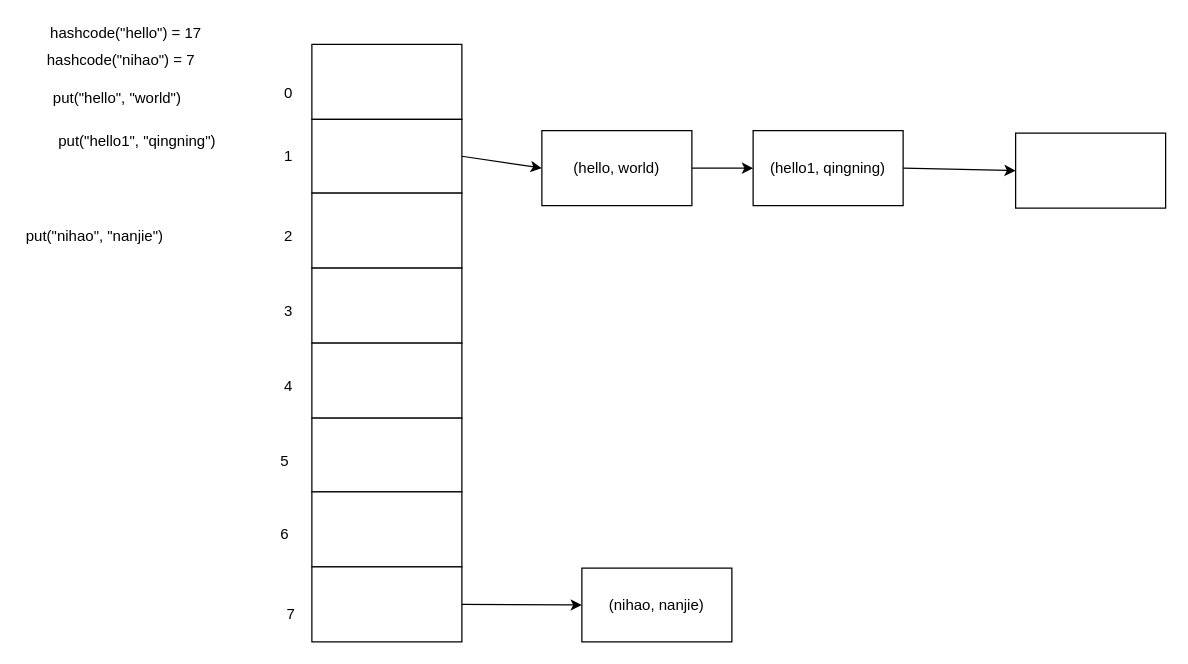
The draw.io diagram doc/哈希表.dio in RenJiyun/psyduck, before the edit. Source tidied: cells renumbered, new cells numbered last; positions are measured from the earlier drawing's top-left corner, leaving out a move shared by most shapes. Both pictures are drawn from the tidied source at 125%, with x=0, y=0 at pixel (21, 21).
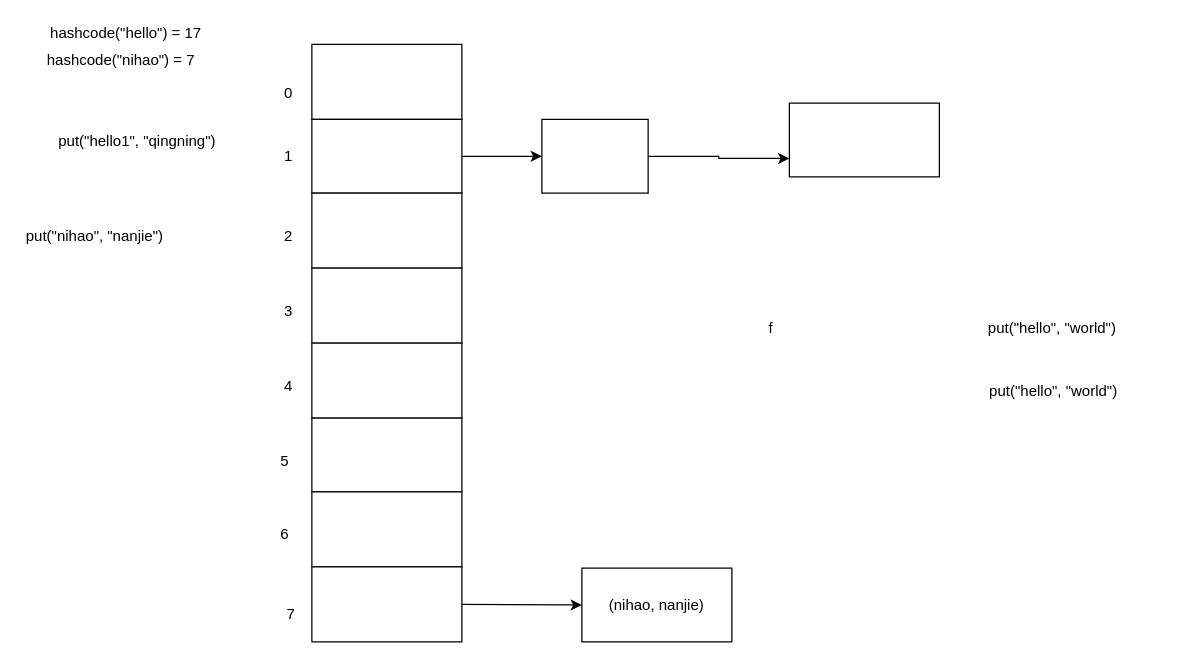
Above is the later version.

The change refers to these unchanged cells:
```xml
<mxCell id="4" style="rounded=0;whiteSpace=wrap;html=1;" parent="1" vertex="1">
  <mxGeometry x="232" y="78" width="120" height="59" as="geometry" />
</mxCell>
```

What changed in the source:
```diff
@@
-    <mxCell id="3" style="edgeStyle=none;rounded=0;jettySize=auto;html=1;exitX=1;exitY=0.5;exitDx=0;exitDy=0;entryX=0;entryY=0.5;entryDx=0;entryDy=0;" parent="1" edge="1" source="4" target="23">
-      <mxGeometry relative="1" as="geometry" />
-    </mxCell>
+    <mxCell id="31" style="edgeStyle=orthogonalEdgeStyle;rounded=0;jettySize=auto;html=1;exitX=1;exitY=0.5;exitDx=0;exitDy=0;entryX=0;entryY=0.5;entryDx=0;entryDy=0;" parent="1" edge="1" source="4" target="25">
+      <mxGeometry relative="1" as="geometry" />
+    </mxCell>
@@
     <mxCell id="20" value="put(&quot;hello&quot;, &quot;world&quot;)" style="text;html=1;align=center;verticalAlign=middle;" parent="1" vertex="1">
-      <mxGeometry x="20" y="52" width="111" height="17" as="geometry" />
+      <mxGeometry x="768" y="236" width="111" height="17" as="geometry" />
     </mxCell>
@@
-    <mxCell id="22" style="edgeStyle=none;rounded=0;jettySize=auto;html=1;exitX=1;exitY=0.5;exitDx=0;exitDy=0;entryX=0;entryY=0.5;entryDx=0;entryDy=0;" parent="1" edge="1" source="23" target="26">
-      <mxGeometry relative="1" as="geometry" />
-    </mxCell>
-    <mxCell id="23" value="(hello, world)" style="rounded=0;whiteSpace=wrap;html=1;" parent="1" vertex="1">
-      <mxGeometry x="416" y="87" width="120" height="60" as="geometry" />
-    </mxCell>
@@
-    <mxCell id="25" style="edgeStyle=none;rounded=0;jettySize=auto;html=1;exitX=1;exitY=0.5;exitDx=0;exitDy=0;entryX=0;entryY=0.5;entryDx=0;entryDy=0;" parent="1" edge="1" source="26" target="30">
-      <mxGeometry relative="1" as="geometry" />
-    </mxCell>
-    <mxCell id="26" value="(hello1, qingning)" style="rounded=0;whiteSpace=wrap;html=1;" parent="1" vertex="1">
-      <mxGeometry x="585" y="87" width="120" height="60" as="geometry" />
-    </mxCell>
@@
-    <mxCell id="30" style="rounded=0;whiteSpace=wrap;html=1;" parent="1" vertex="1">
-      <mxGeometry x="795" y="89" width="120" height="60" as="geometry" />
-    </mxCell>
+    <mxCell id="32" style="edgeStyle=orthogonalEdgeStyle;rounded=0;jettySize=auto;html=1;exitX=1;exitY=0.5;exitDx=0;exitDy=0;entryX=0;entryY=0.75;entryDx=0;entryDy=0;" parent="1" edge="1" source="25" target="33">
+      <mxGeometry relative="1" as="geometry" />
+    </mxCell>
+    <mxCell id="25" style="rounded=0;whiteSpace=wrap;html=1;" parent="1" vertex="1">
+      <mxGeometry x="416" y="78" width="85" height="59" as="geometry" />
+    </mxCell>
+    <mxCell id="33" style="rounded=0;whiteSpace=wrap;html=1;" parent="1" vertex="1">
+      <mxGeometry x="614" y="65" width="120" height="59" as="geometry" />
+    </mxCell>
+    <mxCell id="34" value="put(&quot;hello&quot;, &quot;world&quot;)" style="text;html=1;align=center;verticalAlign=middle;" parent="1" vertex="1">
+      <mxGeometry x="771" y="287" width="107" height="18" as="geometry" />
+    </mxCell>
+    <mxCell id="35" value="f" style="text;html=1;align=center;verticalAlign=middle;" parent="1" vertex="1">
+      <mxGeometry x="592" y="236" width="13" height="18" as="geometry" />
+    </mxCell>
```
